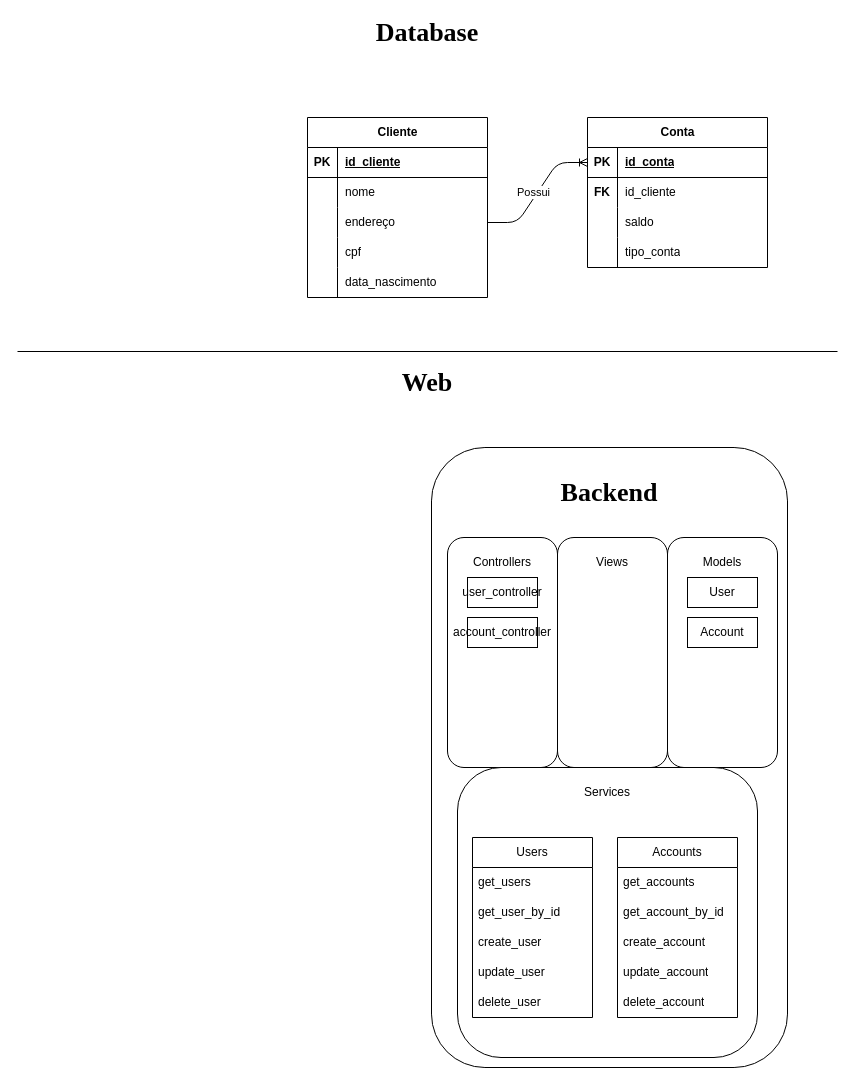
Above: docs/dio_bank.drawio in Gabryel-Barboza/dio_bank (draw.io), before the change. Source tidied: cells renumbered, new cells numbered last; positions are measured from the earlier drawing's top-left corner, leaving out a move shared by most shapes. Both pictures are drawn from the tidied source at 100%, with x=0, y=0 at pixel (17, 17).
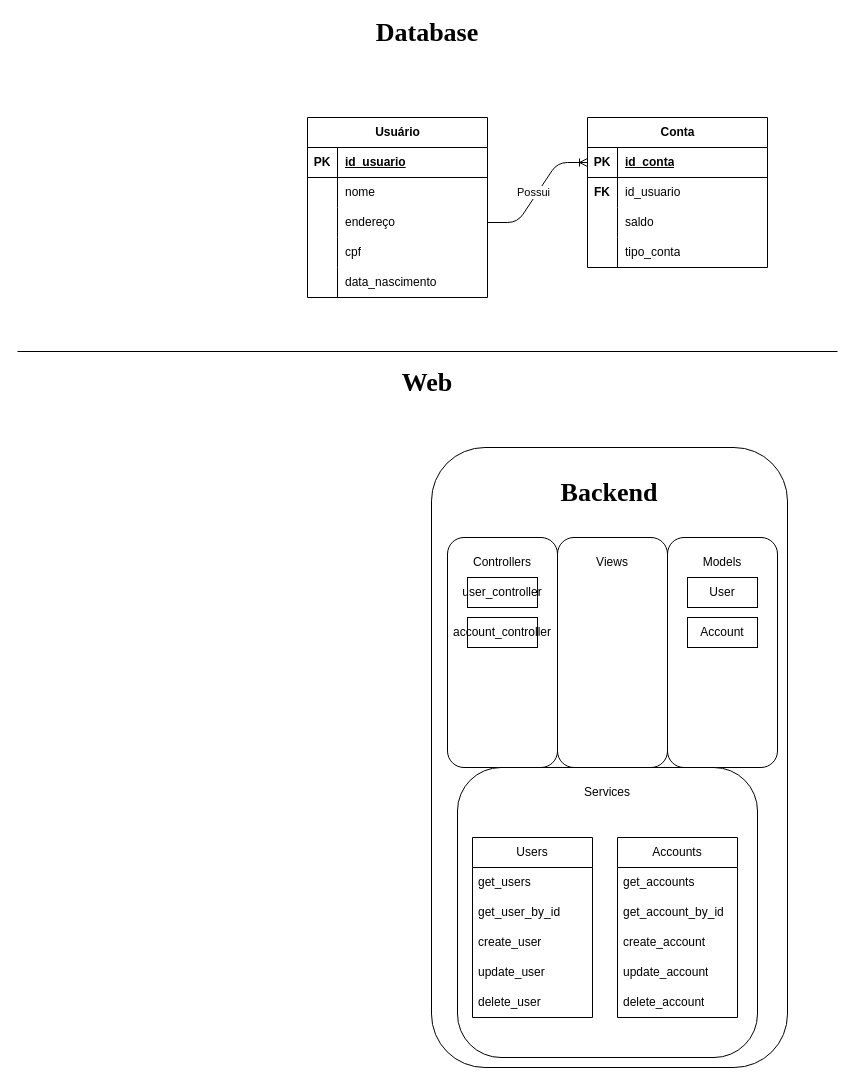
The same page after the edit.

Unchanged cells that the change refers to:
```xml
<mxCell id="18" style="shape=tableRow;horizontal=0;startSize=0;swimlaneHead=0;swimlaneBody=0;fillColor=none;top=0;left=0;right=0;bottom=1;" parent="17" vertex="1">
  <mxGeometry y="30" width="180" height="30" as="geometry" />
</mxCell>
<mxCell id="37" style="shape=tableRow;horizontal=0;startSize=0;swimlaneHead=0;swimlaneBody=0;fillColor=none;top=0;left=0;right=0;bottom=0;" parent="33" vertex="1">
  <mxGeometry y="60" width="180" height="30" as="geometry" />
</mxCell>
```

What changed in the source:
```diff
@@
-    <mxCell id="17" value="Cliente" style="shape=table;startSize=30;childLayout=tableLayout;rowLines=0;fontStyle=1;align=center;html=1;" parent="1" vertex="1">
+    <mxCell id="17" value="Usuário" style="shape=table;startSize=30;childLayout=tableLayout;rowLines=0;fontStyle=1;align=center;html=1;" parent="1" vertex="1">
       <mxGeometry x="290" y="100" width="180" height="180" as="geometry" />
     </mxCell>
@@
-    <mxCell id="20" value="id_cliente" style="shape=partialRectangle;fillColor=none;top=0;left=0;bottom=0;right=0;align=left;spacingLeft=6;fontStyle=5;overflow=hidden;whiteSpace=wrap;html=1;" parent="18" vertex="1">
+    <mxCell id="20" value="id_usuario" style="shape=partialRectangle;fillColor=none;top=0;left=0;bottom=0;right=0;align=left;spacingLeft=6;fontStyle=5;overflow=hidden;whiteSpace=wrap;html=1;" parent="18" vertex="1">
       <mxGeometry x="30" width="150" height="30" as="geometry" />
     </mxCell>
@@
-    <mxCell id="39" value="id_cliente" style="shape=partialRectangle;fillColor=none;top=0;left=0;bottom=0;right=0;align=left;spacingLeft=6;overflow=hidden;whiteSpace=wrap;html=1;" parent="37" vertex="1">
+    <mxCell id="39" value="id_usuario" style="shape=partialRectangle;fillColor=none;top=0;left=0;bottom=0;right=0;align=left;spacingLeft=6;overflow=hidden;whiteSpace=wrap;html=1;" parent="37" vertex="1">
       <mxGeometry x="30" width="150" height="30" as="geometry" />
     </mxCell>
```
